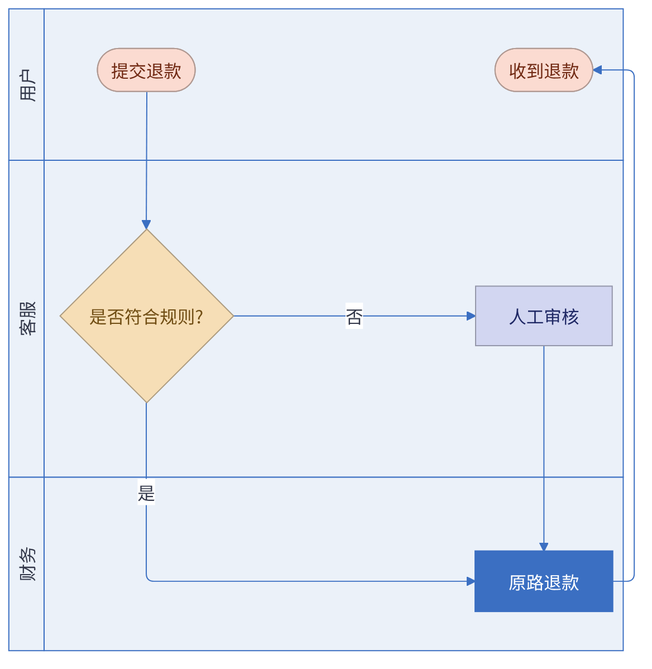
The Mermaid diagram docs/assets/swimlane.png in huang-hee/diagram-kit, before a commit. Its source is kept beside it as docs/assets/swimlane.mmd. Its diagram source:
```mermaid
---
config:
  theme: base
  fontFamily: "PingFang SC, Microsoft YaHei, Noto Sans CJK SC, Source Han Sans SC, sans-serif"
  themeVariables:
    background: "#FFFFFF"
    primaryColor: "#FFFFFF"
    primaryBorderColor: "#3B6FC2"
    primaryTextColor: "#33384A"
    nodeTextColor: "#33384A"
    secondaryColor: "#FBDBD1"
    tertiaryColor: "#EBF1F9"
    lineColor: "#3B6FC2"
    textColor: "#33384A"
    clusterBkg: "#EBF1F9"
    clusterBorder: "#3B6FC2"
    edgeLabelBackground: "#FFFFFF"
    titleColor: "#33384A"
    noteBkgColor: "#FFF6CE"
    noteBorderColor: "#A6A086"
    noteTextColor: "#33384A"
---
swimlane-beta LR
  subgraph U[用户]
    A([提交退款]):::startend
    F([收到退款]):::startend
  end
  subgraph S[客服]
    B{是否符合规则?}:::decision
    C[人工审核]:::task
  end
  subgraph P[财务]
    D[原路退款]:::handoff
  end
  A --> B
  B -- 是 --> D
  B -- 否 --> C --> D
  D --> F
  class U,S,P lane
classDef startend fill:#FBDBD1,stroke:#B09992,color:#712A14
classDef task fill:#D2D6F1,stroke:#9396A9,color:#1F2865
classDef decision fill:#F6DEB6,stroke:#AC9B7F,color:#714E14
classDef handoff fill:#3B6FC2,stroke:#3B6FC2,color:#FFFFFF,stroke-width:2px
classDef lane fill:#EBF1F9,stroke:#3B6FC2,color:#33384A
```
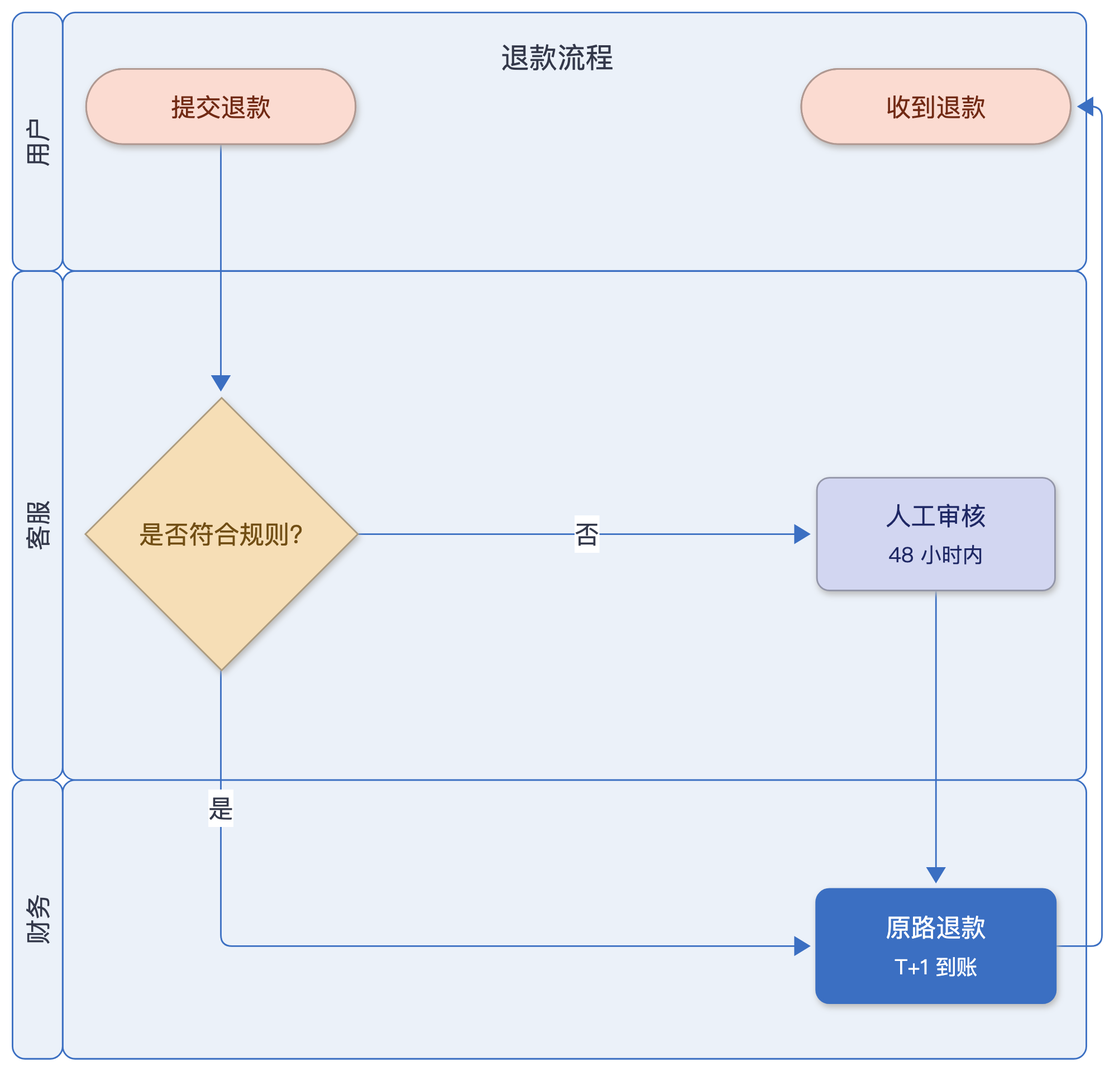
The same diagram one commit later.

The edit, as a diff of the source:
```diff
@@ -1,4 +1,5 @@
 ---
+title: "退款流程"
 config:
   theme: base
   fontFamily: "PingFang SC, Microsoft YaHei, Noto Sans CJK SC, Source Han Sans SC, sans-serif"
@@ -27,18 +28,18 @@
   end
   subgraph S[客服]
     B{是否符合规则?}:::decision
-    C[人工审核]:::task
+    C["人工审核<br><small>48 小时内</small>"]:::task
   end
   subgraph P[财务]
-    D[原路退款]:::handoff
+    D["原路退款<br><small>T+1 到账</small>"]:::handoff
   end
   A --> B
   B -- 是 --> D
   B -- 否 --> C --> D
   D --> F
   class U,S,P lane
-classDef startend fill:#FBDBD1,stroke:#B09992,color:#712A14
-classDef task fill:#D2D6F1,stroke:#9396A9,color:#1F2865
-classDef decision fill:#F6DEB6,stroke:#AC9B7F,color:#714E14
-classDef handoff fill:#3B6FC2,stroke:#3B6FC2,color:#FFFFFF,stroke-width:2px
-classDef lane fill:#EBF1F9,stroke:#3B6FC2,color:#33384A
+classDef startend fill:#FBDBD1,stroke:#B09992,color:#712A14,rx:8,ry:8
+classDef task fill:#D2D6F1,stroke:#9396A9,color:#1F2865,rx:8,ry:8
+classDef decision fill:#F6DEB6,stroke:#AC9B7F,color:#714E14,rx:8,ry:8
+classDef handoff fill:#3B6FC2,stroke:#3B6FC2,color:#FFFFFF,stroke-width:2px,rx:8,ry:8
+classDef lane fill:#EBF1F9,stroke:#3B6FC2,color:#33384A,rx:8,ry:8
```
